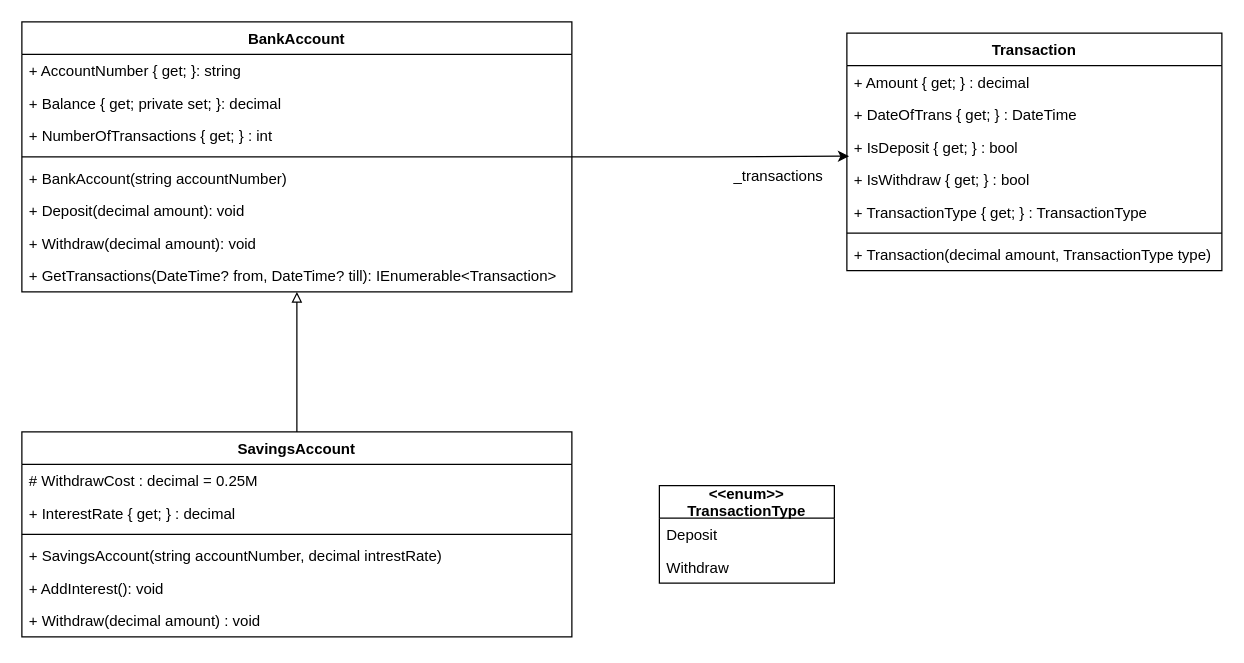
Earlier version of the draw.io diagram page "Example 3" (3 of 9) of chapters/03/banking.drawio (HOGENT-Web/csharp). Source tidied: cells renumbered, new cells numbered last; positions are measured from the earlier drawing's top-left corner, leaving out a move shared by most shapes. Both pictures are drawn from the tidied source at 125%, with x=0, y=0 at pixel (21, 21).
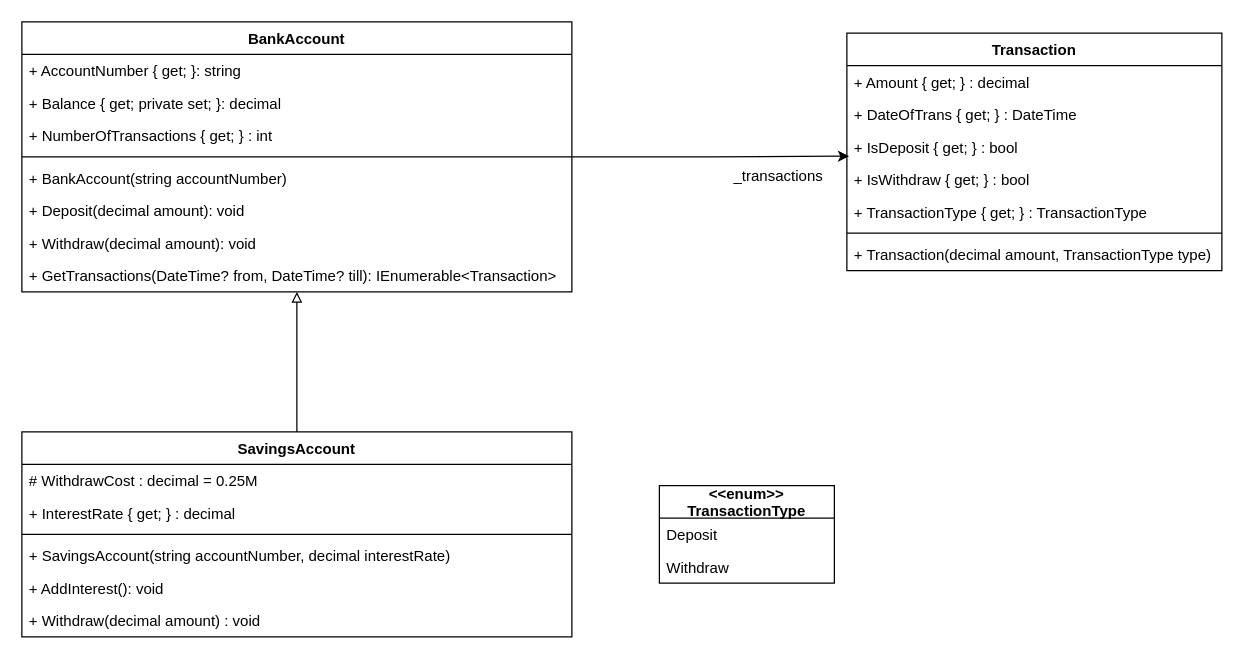
Above is the later version.

Commit message (it also covers changes not shown here):
Fix typo in SavingsAccount class

The change refers to these unchanged cells:
```xml
<mxCell id="25" value="SavingsAccount" style="swimlane;fontStyle=1;align=center;verticalAlign=top;horizontal=1;startSize=26;fillColor=none;" parent="1" vertex="1">
  <mxGeometry y="328" width="440" height="164" as="geometry" />
</mxCell>
```

Change to the diagram source:
```diff
@@
-    <mxCell id="29" value="+ SavingsAccount(string accountNumber, decimal intrestRate)&#10;" style="text;strokeColor=none;fillColor=none;align=left;verticalAlign=top;spacingLeft=4;spacingRight=4;overflow=hidden;" parent="25" vertex="1">
+    <mxCell id="29" value="+ SavingsAccount(string accountNumber, decimal interestRate)&#10;" style="text;strokeColor=none;fillColor=none;align=left;verticalAlign=top;spacingLeft=4;spacingRight=4;overflow=hidden;" parent="25" vertex="1">
       <mxGeometry y="86" width="440" height="26" as="geometry" />
     </mxCell>
```
